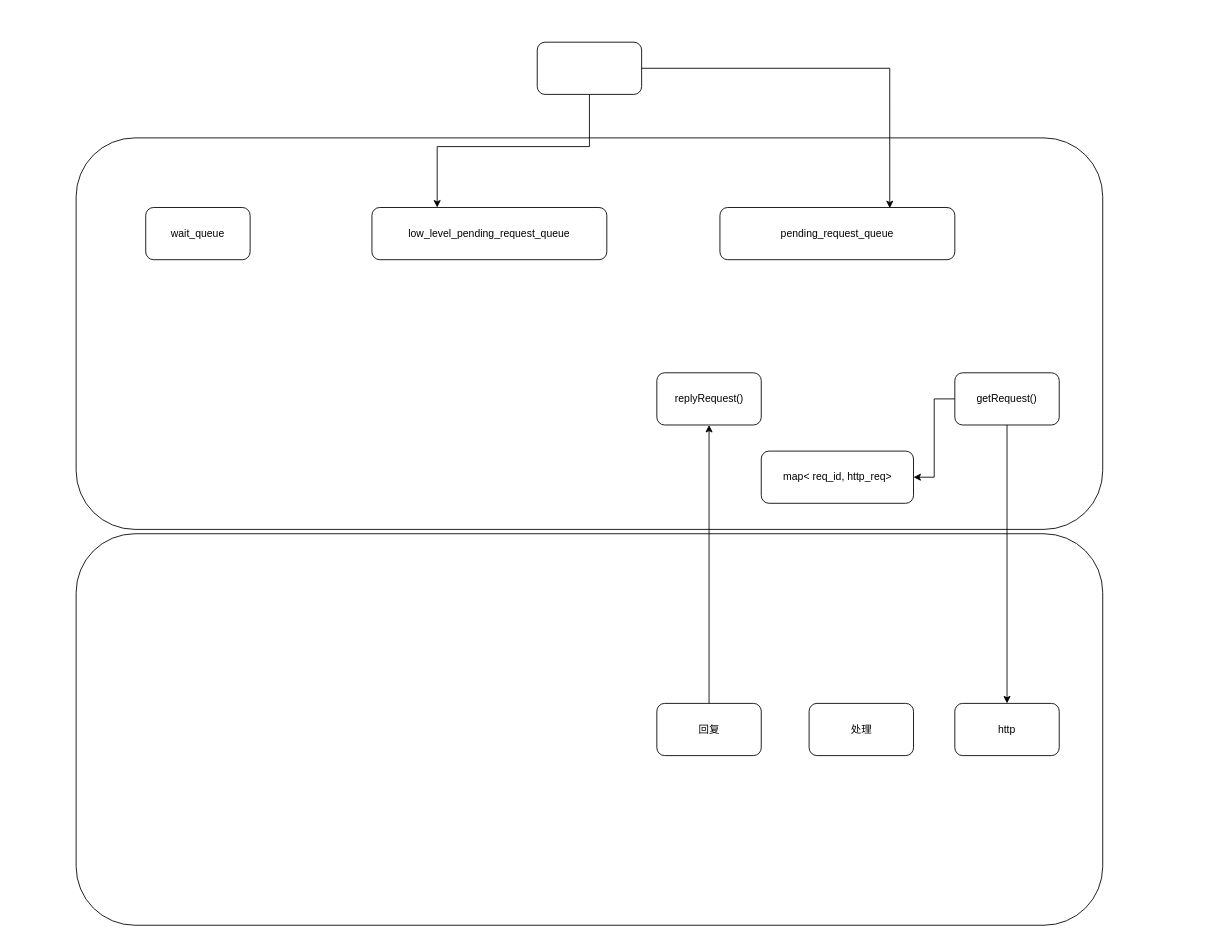
yrdimple/flowChart keeps this draw.io diagram as booming/k8s/k8s.drawio. Above is the earlier version. Source tidied: cells renumbered, new cells numbered last; positions are measured from the earlier drawing's top-left corner, leaving out a move shared by most shapes. Both pictures are drawn from the tidied source at 87%, with x=0, y=0 at pixel (76, 42).
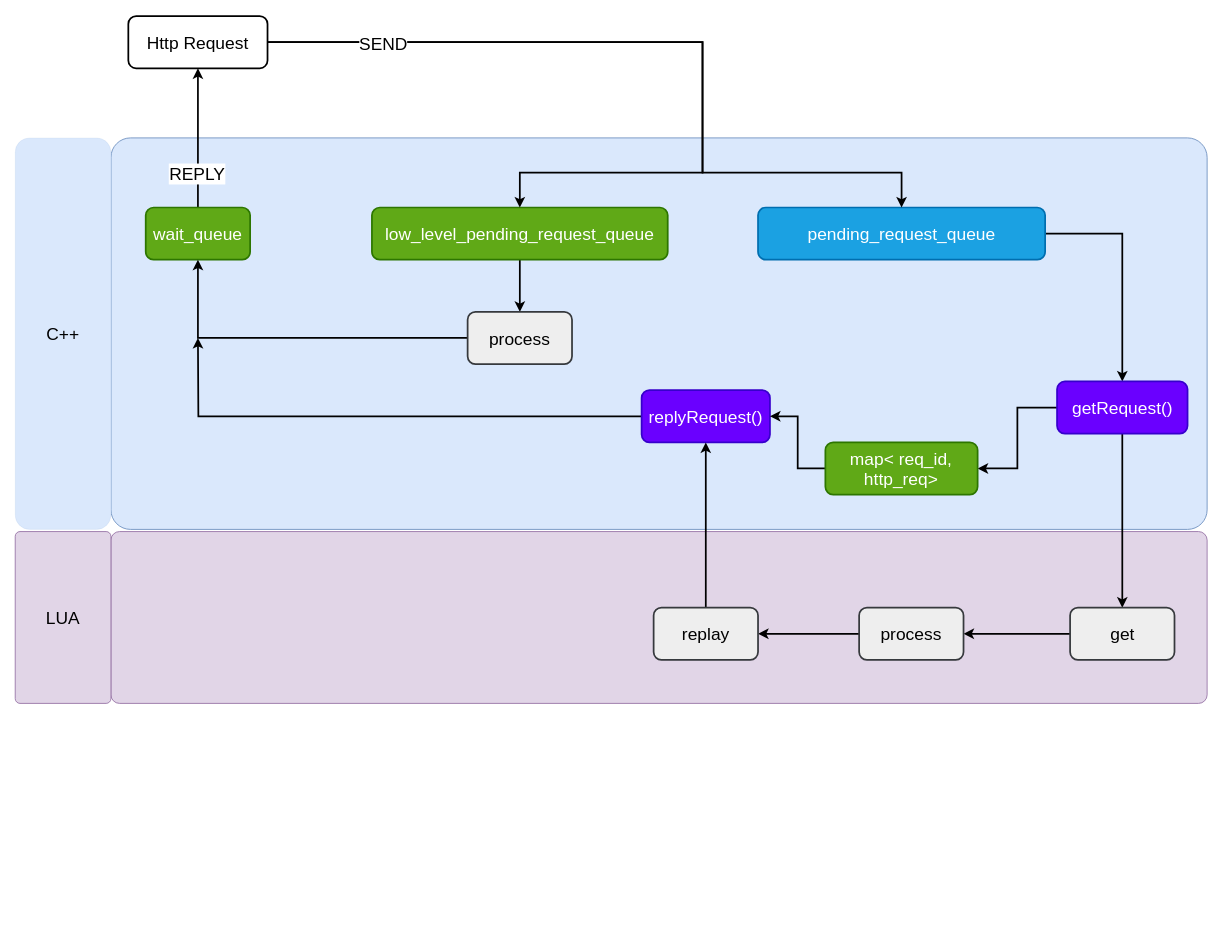
After the change.

The edit, as a diff of the source:
```diff
@@
-    <mxCell id="2" style="rounded=1;whiteSpace=wrap;html=1;" parent="1" vertex="1">
-      <mxGeometry y="110" width="1180" height="450" as="geometry" />
+    <mxCell id="2" style="rounded=1;whiteSpace=wrap;html=1;fontSize=20;fillColor=#dae8fc;strokeColor=#6c8ebf;strokeWidth=1;arcSize=5;" parent="1" vertex="1">
+      <mxGeometry x="40" y="110" width="1260" height="450" as="geometry" />
     </mxCell>
-    <mxCell id="3" style="rounded=1;whiteSpace=wrap;html=1;" parent="1" vertex="1">
-      <mxGeometry y="565" width="1180" height="450" as="geometry" />
+    <mxCell id="3" style="rounded=1;whiteSpace=wrap;html=1;fontSize=20;fillColor=#e1d5e7;strokeColor=#9673a6;strokeWidth=1;arcSize=5;" parent="1" vertex="1">
+      <mxGeometry x="40" y="562.5" width="1260" height="197.5" as="geometry" />
     </mxCell>
+    <mxCell id="19" style="edgeStyle=orthogonalEdgeStyle;rounded=0;jettySize=auto;html=1;entryX=0.5;entryY=0;entryDx=0;entryDy=0;fontSize=20;strokeWidth=2;" parent="1" edge="1" source="4" target="29">
+      <mxGeometry relative="1" as="geometry" />
+    </mxCell>
-    <mxCell id="4" value="low_level_pending_request_queue&lt;br&gt;" style="rounded=1;whiteSpace=wrap;html=1;" parent="1" vertex="1">
-      <mxGeometry x="340" y="190" width="270" height="60" as="geometry" />
+    <mxCell id="4" value="low_level_pending_request_queue&lt;br style=&quot;font-size: 20px;&quot;&gt;" style="rounded=1;whiteSpace=wrap;html=1;fontSize=20;fillColor=#60a917;fontColor=#ffffff;strokeColor=#2D7600;strokeWidth=2;" parent="1" vertex="1">
+      <mxGeometry x="340" y="190" width="340" height="60" as="geometry" />
     </mxCell>
+    <mxCell id="20" style="edgeStyle=orthogonalEdgeStyle;rounded=0;jettySize=auto;html=1;entryX=0.5;entryY=0;entryDx=0;entryDy=0;fontSize=20;strokeWidth=2;" parent="1" edge="1" source="5" target="11">
+      <mxGeometry relative="1" as="geometry" />
+    </mxCell>
-    <mxCell id="5" value="pending_request_queue" style="rounded=1;whiteSpace=wrap;html=1;" parent="1" vertex="1">
-      <mxGeometry x="740" y="190" width="270" height="60" as="geometry" />
+    <mxCell id="5" value="pending_request_queue" style="rounded=1;whiteSpace=wrap;html=1;fontSize=20;fillColor=#1ba1e2;fontColor=#ffffff;strokeColor=#006EAF;strokeWidth=2;" parent="1" vertex="1">
+      <mxGeometry x="783.8" y="190" width="330" height="60" as="geometry" />
     </mxCell>
-    <mxCell id="6" style="edgeStyle=orthogonalEdgeStyle;rounded=0;jettySize=auto;html=1;" parent="1" edge="1" source="8" target="4">
+    <mxCell id="6" style="edgeStyle=orthogonalEdgeStyle;rounded=0;jettySize=auto;html=1;fontSize=20;strokeWidth=2;" parent="1" edge="1" source="8">
       <mxGeometry relative="1" as="geometry">
+        <mxPoint x="510" y="190" as="targetPoint" />
         <Array as="points">
-          <mxPoint x="590" y="120" />
-          <mxPoint x="415" y="120" />
+          <mxPoint x="720" y="150" />
+          <mxPoint x="510" y="150" />
         </Array>
       </mxGeometry>
     </mxCell>
-    <mxCell id="7" style="edgeStyle=orthogonalEdgeStyle;rounded=0;jettySize=auto;html=1;entryX=0.723;entryY=0.013;entryDx=0;entryDy=0;entryPerimeter=0;" parent="1" edge="1" source="8" target="5">
-      <mxGeometry relative="1" as="geometry" />
+    <mxCell id="7" style="edgeStyle=orthogonalEdgeStyle;rounded=0;jettySize=auto;html=1;fontSize=20;entryX=0.5;entryY=0;entryDx=0;entryDy=0;strokeWidth=2;" parent="1" edge="1" source="8" target="5">
+      <mxGeometry relative="1" as="geometry">
+        <Array as="points">
+          <mxPoint x="720" y="150" />
+          <mxPoint x="949" y="150" />
+        </Array>
+      </mxGeometry>
     </mxCell>
+    <mxCell id="21" value="SEND" style="edgeLabel;html=1;align=center;verticalAlign=middle;fontSize=20;" parent="7" vertex="1">
+      <mxGeometry x="-0.71" y="-5" relative="1" as="geometry">
+        <mxPoint x="-1" y="-4" as="offset" />
+      </mxGeometry>
+    </mxCell>
-    <mxCell id="8" style="rounded=1;whiteSpace=wrap;html=1;" parent="1" vertex="1">
-      <mxGeometry x="530" width="120" height="60" as="geometry" />
+    <mxCell id="8" value="Http Request" style="rounded=1;whiteSpace=wrap;html=1;fontSize=20;strokeWidth=2;" parent="1" vertex="1">
+      <mxGeometry x="60" y="-30" width="160" height="60" as="geometry" />
     </mxCell>
-    <mxCell id="9" style="edgeStyle=orthogonalEdgeStyle;rounded=0;jettySize=auto;html=1;entryX=0.5;entryY=0;entryDx=0;entryDy=0;" parent="1" edge="1" source="11" target="14">
+    <mxCell id="9" style="edgeStyle=orthogonalEdgeStyle;rounded=0;jettySize=auto;html=1;entryX=0.5;entryY=0;entryDx=0;entryDy=0;fontSize=20;strokeWidth=2;" parent="1" edge="1" source="11" target="14">
       <mxGeometry relative="1" as="geometry" />
     </mxCell>
-    <mxCell id="10" style="edgeStyle=orthogonalEdgeStyle;rounded=0;jettySize=auto;html=1;entryX=1;entryY=0.5;entryDx=0;entryDy=0;" parent="1" edge="1" source="11" target="13">
+    <mxCell id="10" style="edgeStyle=orthogonalEdgeStyle;rounded=0;jettySize=auto;html=1;entryX=1;entryY=0.5;entryDx=0;entryDy=0;fontSize=20;strokeWidth=2;" parent="1" edge="1" source="11" target="13">
       <mxGeometry relative="1" as="geometry" />
     </mxCell>
-    <mxCell id="11" value="getRequest()" style="rounded=1;whiteSpace=wrap;html=1;" parent="1" vertex="1">
-      <mxGeometry x="1010" y="380" width="120" height="60" as="geometry" />
+    <mxCell id="11" value="getRequest()" style="rounded=1;whiteSpace=wrap;html=1;fontSize=20;fillColor=#6a00ff;fontColor=#ffffff;strokeColor=#3700CC;strokeWidth=2;" parent="1" vertex="1">
+      <mxGeometry x="1127.5" y="390" width="150" height="60" as="geometry" />
     </mxCell>
+    <mxCell id="22" style="edgeStyle=orthogonalEdgeStyle;rounded=0;jettySize=auto;html=1;fontSize=20;strokeWidth=2;" parent="1" edge="1" source="12">
+      <mxGeometry relative="1" as="geometry">
+        <mxPoint x="140" y="340" as="targetPoint" />
+      </mxGeometry>
+    </mxCell>
-    <mxCell id="12" value="replyRequest()" style="rounded=1;whiteSpace=wrap;html=1;" parent="1" vertex="1">
-      <mxGeometry x="667.5" y="380" width="120" height="60" as="geometry" />
+    <mxCell id="12" value="replyRequest()" style="rounded=1;whiteSpace=wrap;html=1;fontSize=20;fillColor=#6a00ff;fontColor=#ffffff;strokeColor=#3700CC;strokeWidth=2;" parent="1" vertex="1">
+      <mxGeometry x="650" y="400" width="147.5" height="60" as="geometry" />
     </mxCell>
+    <mxCell id="23" style="edgeStyle=orthogonalEdgeStyle;rounded=0;jettySize=auto;html=1;entryX=1;entryY=0.5;entryDx=0;entryDy=0;fontSize=20;strokeWidth=2;" parent="1" edge="1" source="13" target="12">
+      <mxGeometry relative="1" as="geometry" />
+    </mxCell>
-    <mxCell id="13" value="map&amp;lt; req_id, http_req&amp;gt;" style="rounded=1;whiteSpace=wrap;html=1;" parent="1" vertex="1">
-      <mxGeometry x="787.5" y="470" width="175" height="60" as="geometry" />
+    <mxCell id="13" value="map&amp;lt; req_id, http_req&amp;gt;" style="rounded=1;whiteSpace=wrap;html=1;fontSize=20;fillColor=#60a917;fontColor=#ffffff;strokeColor=#2D7600;strokeWidth=2;" parent="1" vertex="1">
+      <mxGeometry x="861.2" y="460" width="175" height="60" as="geometry" />
     </mxCell>
+    <mxCell id="24" style="edgeStyle=orthogonalEdgeStyle;rounded=0;jettySize=auto;html=1;fontSize=20;strokeWidth=2;" parent="1" edge="1" source="14" target="15">
+      <mxGeometry relative="1" as="geometry" />
+    </mxCell>
-    <mxCell id="14" value="http" style="rounded=1;whiteSpace=wrap;html=1;" parent="1" vertex="1">
-      <mxGeometry x="1010" y="760" width="120" height="60" as="geometry" />
+    <mxCell id="14" value="get" style="rounded=1;whiteSpace=wrap;html=1;fontSize=20;fillColor=#eeeeee;strokeColor=#36393d;strokeWidth=2;" parent="1" vertex="1">
+      <mxGeometry x="1142.5" y="650" width="120" height="60" as="geometry" />
     </mxCell>
+    <mxCell id="25" style="edgeStyle=orthogonalEdgeStyle;rounded=0;jettySize=auto;html=1;entryX=1;entryY=0.5;entryDx=0;entryDy=0;fontSize=20;strokeWidth=2;" parent="1" edge="1" source="15" target="17">
+      <mxGeometry relative="1" as="geometry" />
+    </mxCell>
-    <mxCell id="15" value="处理" style="rounded=1;whiteSpace=wrap;html=1;" parent="1" vertex="1">
-      <mxGeometry x="842.5" y="760" width="120" height="60" as="geometry" />
+    <mxCell id="15" value="process" style="rounded=1;whiteSpace=wrap;html=1;fontSize=20;fillColor=#eeeeee;strokeColor=#36393d;strokeWidth=2;" parent="1" vertex="1">
+      <mxGeometry x="900" y="650" width="120" height="60" as="geometry" />
     </mxCell>
-    <mxCell id="16" style="edgeStyle=orthogonalEdgeStyle;rounded=0;jettySize=auto;html=1;entryX=0.5;entryY=1;entryDx=0;entryDy=0;" parent="1" edge="1" source="17" target="12">
+    <mxCell id="16" style="edgeStyle=orthogonalEdgeStyle;rounded=0;jettySize=auto;html=1;entryX=0.5;entryY=1;entryDx=0;entryDy=0;fontSize=20;strokeWidth=2;" parent="1" edge="1" source="17" target="12">
       <mxGeometry relative="1" as="geometry" />
     </mxCell>
-    <mxCell id="17" value="回复" style="rounded=1;whiteSpace=wrap;html=1;" parent="1" vertex="1">
-      <mxGeometry x="667.5" y="760" width="120" height="60" as="geometry" />
+    <mxCell id="17" value="replay" style="rounded=1;whiteSpace=wrap;html=1;fontSize=20;fillColor=#eeeeee;strokeColor=#36393d;strokeWidth=2;" parent="1" vertex="1">
+      <mxGeometry x="663.8" y="650" width="120" height="60" as="geometry" />
     </mxCell>
+    <mxCell id="26" style="edgeStyle=orthogonalEdgeStyle;rounded=0;jettySize=auto;html=1;strokeWidth=2;fontSize=20;entryX=0.5;entryY=1;entryDx=0;entryDy=0;" parent="1" edge="1" source="18" target="8">
+      <mxGeometry relative="1" as="geometry" />
+    </mxCell>
+    <mxCell id="27" value="REPLY" style="edgeLabel;html=1;align=center;verticalAlign=middle;fontSize=20;" parent="26" vertex="1">
+      <mxGeometry x="-0.26" y="2" relative="1" as="geometry">
+        <mxPoint y="19" as="offset" />
+      </mxGeometry>
+    </mxCell>
-    <mxCell id="18" value="wait_queue" style="rounded=1;whiteSpace=wrap;html=1;" parent="1" vertex="1">
+    <mxCell id="18" value="wait_queue" style="rounded=1;whiteSpace=wrap;html=1;fontSize=20;fillColor=#60a917;fontColor=#ffffff;strokeColor=#2D7600;strokeWidth=2;" parent="1" vertex="1">
       <mxGeometry x="80" y="190" width="120" height="60" as="geometry" />
     </mxCell>
+    <mxCell id="28" style="edgeStyle=orthogonalEdgeStyle;rounded=0;jettySize=auto;html=1;entryX=0.5;entryY=1;entryDx=0;entryDy=0;fontSize=20;strokeWidth=2;" parent="1" edge="1" source="29" target="18">
+      <mxGeometry relative="1" as="geometry" />
+    </mxCell>
+    <mxCell id="29" value="process" style="rounded=1;whiteSpace=wrap;html=1;fontSize=20;fillColor=#eeeeee;strokeColor=#36393d;strokeWidth=2;" parent="1" vertex="1">
+      <mxGeometry x="450" y="310" width="120" height="60" as="geometry" />
+    </mxCell>
+    <mxCell id="30" value="C++" style="rounded=1;whiteSpace=wrap;html=1;strokeWidth=0;fontSize=20;fillColor=#dae8fc;strokeColor=#6c8ebf;" parent="1" vertex="1">
+      <mxGeometry x="-70" y="110" width="110" height="450" as="geometry" />
+    </mxCell>
+    <mxCell id="31" value="LUA" style="rounded=1;whiteSpace=wrap;html=1;fontSize=20;fillColor=#e1d5e7;strokeColor=#9673a6;strokeWidth=1;arcSize=5;" parent="1" vertex="1">
+      <mxGeometry x="-70" y="562.5" width="110" height="197.5" as="geometry" />
+    </mxCell>
```
